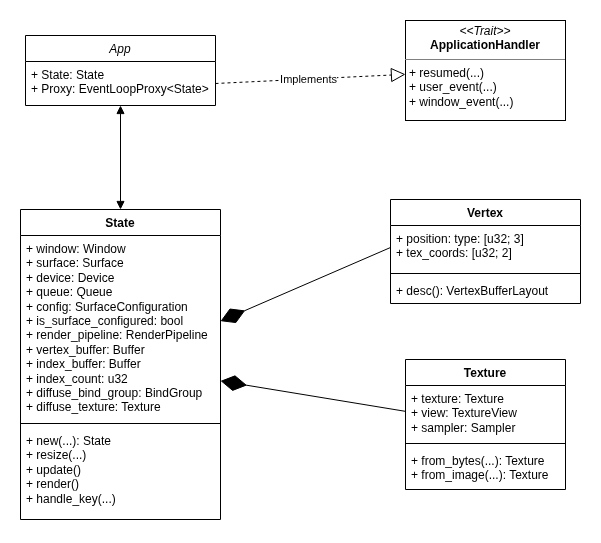
The draw.io diagram presentation_exports/class_diagram.png in AidasLit/web_gpu, before a commit. Source tidied: cells renumbered, new cells last; positions are measured from the earlier drawing's top-left corner, leaving out a move shared by most shapes.
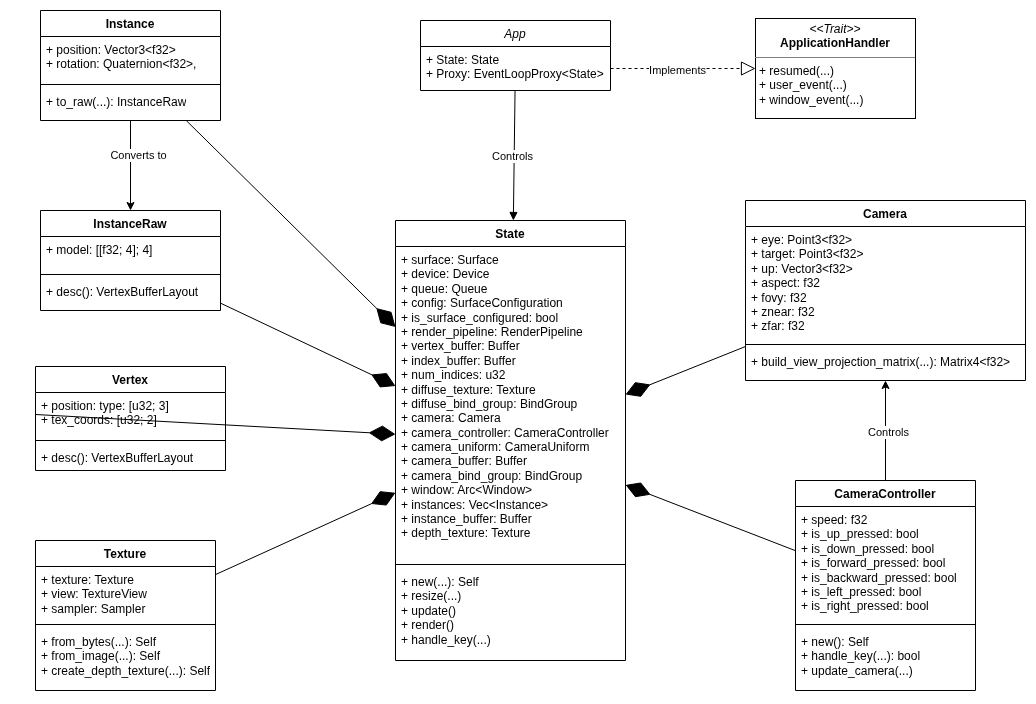
The same file after the commit.

What changed in the source:
```diff
@@ -3,13 +3,13 @@
     <mxCell id="0" />
     <mxCell id="1" parent="0" />
     <mxCell id="2" value="App" style="swimlane;fontStyle=2;align=center;verticalAlign=top;horizontal=1;startSize=26;rounded=0;shadow=0;strokeWidth=1;" parent="1" vertex="1">
-      <mxGeometry x="5" y="15" width="190" height="70" as="geometry" />
+      <mxGeometry x="-15" y="-80" width="190" height="70" as="geometry" />
     </mxCell>
     <mxCell id="3" value="+ State: State&#10;+ Proxy: EventLoopProxy&lt;State&gt;" style="text;align=left;verticalAlign=top;spacingLeft=4;spacingRight=4;overflow=hidden;points=[[0,0.5],[1,0.5]];portConstraint=eastwest;" parent="2" vertex="1">
       <mxGeometry y="26" width="190" height="44" as="geometry" />
     </mxCell>
     <mxCell id="4" value="&lt;p style=&quot;margin:0px;margin-top:4px;text-align:center;&quot;&gt;&lt;i&gt;&amp;lt;&amp;lt;Trait&amp;gt;&amp;gt;&lt;/i&gt;&lt;br&gt;&lt;b&gt;ApplicationHandler&lt;/b&gt;&lt;/p&gt;&lt;hr size=&quot;1&quot; style=&quot;border-style:solid;&quot;&gt;&lt;p style=&quot;margin:0px;margin-left:4px;&quot;&gt;+ resumed(...)&lt;br&gt;+ user_event(...)&lt;/p&gt;&lt;p style=&quot;margin:0px;margin-left:4px;&quot;&gt;+ window_event(...)&lt;/p&gt;" style="verticalAlign=top;align=left;overflow=fill;html=1;whiteSpace=wrap;" parent="1" vertex="1">
-      <mxGeometry x="385" width="160" height="100" as="geometry" />
+      <mxGeometry x="320" y="-82" width="160" height="100" as="geometry" />
     </mxCell>
     <mxCell id="5" style="endArrow=block;dashed=1;endFill=0;endSize=12;html=1;rounded=0;exitX=1;exitY=0.5;exitDx=0;exitDy=0;" parent="1" edge="1" source="3" target="4">
       <mxGeometry relative="1" as="geometry" />
@@ -20,7 +20,7 @@
       </mxGeometry>
     </mxCell>
     <mxCell id="7" value="Vertex" style="swimlane;fontStyle=1;align=center;verticalAlign=top;horizontal=1;startSize=26;whiteSpace=wrap;html=1;" parent="1" vertex="1">
-      <mxGeometry x="370" y="179" width="190" height="104" as="geometry" />
+      <mxGeometry x="-400" y="266" width="190" height="104" as="geometry" />
     </mxCell>
     <mxCell id="8" value="+ position: type: [u32; 3]&lt;div&gt;+ tex_coords: [u32; 2]&lt;/div&gt;" style="text;strokeColor=none;fillColor=none;align=left;verticalAlign=top;spacingLeft=4;spacingRight=4;overflow=hidden;points=[[0,0.5],[1,0.5]];portConstraint=eastwest;whiteSpace=wrap;html=1;" parent="7" vertex="1">
       <mxGeometry y="26" width="190" height="44" as="geometry" />
@@ -32,28 +32,28 @@
       <mxGeometry y="78" width="190" height="26" as="geometry" />
     </mxCell>
     <mxCell id="11" value="Texture" style="swimlane;fontStyle=1;align=center;verticalAlign=top;horizontal=1;startSize=26;whiteSpace=wrap;html=1;" parent="1" vertex="1">
-      <mxGeometry x="385" y="339" width="160" height="130" as="geometry" />
+      <mxGeometry x="-400" y="440" width="180" height="150" as="geometry" />
     </mxCell>
     <mxCell id="12" value="+ texture: Texture&lt;div&gt;+ view: TextureView&lt;/div&gt;&lt;div&gt;+ sampler: Sampler&lt;/div&gt;" style="text;strokeColor=none;fillColor=none;align=left;verticalAlign=top;spacingLeft=4;spacingRight=4;overflow=hidden;whiteSpace=wrap;html=1;" parent="11" vertex="1">
-      <mxGeometry y="26" width="160" height="54" as="geometry" />
+      <mxGeometry y="26" width="180" height="54" as="geometry" />
     </mxCell>
     <mxCell id="13" style="line;strokeWidth=1;fillColor=none;align=left;verticalAlign=middle;spacingTop=-1;spacingLeft=3;spacingRight=3;labelPosition=right;strokeColor=inherit;" parent="11" vertex="1">
-      <mxGeometry y="80" width="160" height="8" as="geometry" />
+      <mxGeometry y="80" width="180" height="8" as="geometry" />
     </mxCell>
-    <mxCell id="14" value="+ from_bytes(...): Texture&lt;div&gt;+ from_image(...): Texture&lt;/div&gt;" style="text;strokeColor=none;fillColor=none;align=left;verticalAlign=top;spacingLeft=4;spacingRight=4;overflow=hidden;whiteSpace=wrap;html=1;" parent="11" vertex="1">
-      <mxGeometry y="88" width="160" height="42" as="geometry" />
+    <mxCell id="14" value="+ from_bytes(...): Self&lt;div&gt;+ from_image(...): Self&lt;/div&gt;&lt;div&gt;+&amp;nbsp;create_depth_texture(...): Self&lt;/div&gt;" style="text;strokeColor=none;fillColor=none;align=left;verticalAlign=top;spacingLeft=4;spacingRight=4;overflow=hidden;whiteSpace=wrap;html=1;" parent="11" vertex="1">
+      <mxGeometry y="88" width="180" height="62" as="geometry" />
     </mxCell>
     <mxCell id="15" value="State" style="swimlane;fontStyle=1;align=center;verticalAlign=top;horizontal=1;startSize=26;whiteSpace=wrap;html=1;" parent="1" vertex="1">
-      <mxGeometry y="189" width="200" height="310" as="geometry" />
+      <mxGeometry x="-40" y="120" width="230" height="440" as="geometry" />
     </mxCell>
-    <mxCell id="16" value="&lt;div&gt;+ window: Window&lt;/div&gt;&lt;div&gt;+ surface: Surface&lt;/div&gt;&lt;div&gt;+ device: Device&lt;/div&gt;&lt;div&gt;+ queue: Queue&lt;/div&gt;&lt;div&gt;+ config: SurfaceConfiguration&lt;/div&gt;&lt;div&gt;+ is_surface_configured: bool&lt;/div&gt;&lt;div&gt;+ render_pipeline: RenderPipeline&lt;/div&gt;&lt;div&gt;+ vertex_buffer: Buffer&lt;/div&gt;&lt;div&gt;+ index_buffer: Buffer&lt;/div&gt;&lt;div&gt;+ index_count: u32&lt;/div&gt;&lt;div&gt;+ diffuse_bind_group: BindGroup&lt;/div&gt;&lt;div&gt;+ diffuse_texture: Texture&lt;/div&gt;" style="text;strokeColor=none;fillColor=none;align=left;verticalAlign=top;spacingLeft=4;spacingRight=4;overflow=hidden;whiteSpace=wrap;html=1;" parent="15" vertex="1">
-      <mxGeometry y="26" width="200" height="184" as="geometry" />
+    <mxCell id="16" value="&lt;div&gt;+ surface: Surface&lt;/div&gt;&lt;div&gt;+ device: Device&lt;/div&gt;&lt;div&gt;+ queue: Queue&lt;/div&gt;&lt;div&gt;+ config: SurfaceConfiguration&lt;/div&gt;&lt;div&gt;+ is_surface_configured: bool&lt;/div&gt;&lt;div&gt;+ render_pipeline: RenderPipeline&lt;/div&gt;&lt;div&gt;+ vertex_buffer: Buffer&lt;/div&gt;&lt;div&gt;+ index_buffer: Buffer&lt;/div&gt;&lt;div&gt;+ num_indices: u32&lt;/div&gt;&lt;div&gt;+ diffuse_texture: Texture&lt;/div&gt;&lt;div&gt;+ diffuse_bind_group: BindGroup&lt;/div&gt;&lt;div&gt;+ camera: Camera&lt;/div&gt;&lt;div&gt;+ camera_controller: CameraController&lt;/div&gt;&lt;div&gt;+ camera_uniform: CameraUniform&lt;/div&gt;&lt;div&gt;+ camera_buffer: Buffer&lt;/div&gt;&lt;div&gt;+ camera_bind_group: BindGroup&lt;/div&gt;&lt;div&gt;+ window: Arc&amp;lt;Window&amp;gt;&lt;/div&gt;&lt;div&gt;+ instances: Vec&amp;lt;Instance&amp;gt;&lt;/div&gt;&lt;div&gt;+ instance_buffer: Buffer&lt;/div&gt;&lt;div&gt;+ depth_texture: Texture&lt;/div&gt;" style="text;strokeColor=none;fillColor=none;align=left;verticalAlign=top;spacingLeft=4;spacingRight=4;overflow=hidden;whiteSpace=wrap;html=1;" parent="15" vertex="1">
+      <mxGeometry y="26" width="230" height="314" as="geometry" />
     </mxCell>
     <mxCell id="17" style="line;strokeWidth=1;fillColor=none;align=left;verticalAlign=middle;spacingTop=-1;spacingLeft=3;spacingRight=3;labelPosition=right;strokeColor=inherit;" parent="15" vertex="1">
-      <mxGeometry y="210" width="200" height="8" as="geometry" />
+      <mxGeometry y="340" width="230" height="8" as="geometry" />
     </mxCell>
-    <mxCell id="18" value="+ new(...): State&lt;div&gt;+ resize(...)&lt;/div&gt;&lt;div&gt;+ update()&lt;/div&gt;&lt;div&gt;+ render()&lt;/div&gt;&lt;div&gt;+ handle_key(...)&lt;/div&gt;" style="text;strokeColor=none;fillColor=none;align=left;verticalAlign=top;spacingLeft=4;spacingRight=4;overflow=hidden;whiteSpace=wrap;html=1;" parent="15" vertex="1">
-      <mxGeometry y="218" width="200" height="92" as="geometry" />
+    <mxCell id="18" value="+ new(...): Self&lt;div&gt;+ resize(...)&lt;/div&gt;&lt;div&gt;+ update()&lt;/div&gt;&lt;div&gt;+ render()&lt;/div&gt;&lt;div&gt;+ handle_key(...)&lt;/div&gt;" style="text;strokeColor=none;fillColor=none;align=left;verticalAlign=top;spacingLeft=4;spacingRight=4;overflow=hidden;whiteSpace=wrap;html=1;" parent="15" vertex="1">
+      <mxGeometry y="348" width="230" height="92" as="geometry" />
     </mxCell>
     <mxCell id="19" style="endArrow=diamondThin;endFill=1;endSize=24;html=1;rounded=0;exitX=0;exitY=0.5;exitDx=0;exitDy=0;" parent="1" edge="1" source="8" target="15">
       <mxGeometry relative="1" as="geometry" />
@@ -61,8 +61,85 @@
     <mxCell id="20" style="endArrow=diamondThin;endFill=1;endSize=24;html=1;rounded=0;" parent="1" edge="1" source="11" target="15">
       <mxGeometry relative="1" as="geometry" />
     </mxCell>
-    <mxCell id="21" style="endArrow=block;startArrow=block;endFill=1;startFill=1;html=1;rounded=0;" parent="1" edge="1" source="15" target="2">
+    <mxCell id="21" style="endArrow=none;startArrow=block;endFill=0;startFill=1;html=1;rounded=0;" parent="1" edge="1" source="15" target="2">
       <mxGeometry relative="1" as="geometry" />
     </mxCell>
+    <mxCell id="22" value="Controls" style="edgeLabel;html=1;align=center;verticalAlign=middle;" parent="21" vertex="1">
+      <mxGeometry x="-0.01" y="2" relative="1" as="geometry" />
+    </mxCell>
+    <mxCell id="23" value="Camera" style="swimlane;fontStyle=1;align=center;verticalAlign=top;horizontal=1;startSize=26;whiteSpace=wrap;html=1;" parent="1" vertex="1">
+      <mxGeometry x="310" y="100" width="280" height="180" as="geometry" />
+    </mxCell>
+    <mxCell id="24" value="&lt;div&gt;+ eye: Point3&amp;lt;f32&amp;gt;&lt;/div&gt;&lt;div&gt;+ target: Point3&amp;lt;f32&amp;gt;&lt;/div&gt;&lt;div&gt;+ up: Vector3&amp;lt;f32&amp;gt;&lt;/div&gt;&lt;div&gt;+ aspect: f32&lt;/div&gt;&lt;div&gt;+ fovy: f32&lt;/div&gt;&lt;div&gt;+ znear: f32&lt;/div&gt;&lt;div&gt;+ zfar: f32&lt;/div&gt;" style="text;strokeColor=none;fillColor=none;align=left;verticalAlign=top;spacingLeft=4;spacingRight=4;overflow=hidden;whiteSpace=wrap;html=1;" parent="23" vertex="1">
+      <mxGeometry y="26" width="280" height="114" as="geometry" />
+    </mxCell>
+    <mxCell id="25" style="line;strokeWidth=1;fillColor=none;align=left;verticalAlign=middle;spacingTop=-1;spacingLeft=3;spacingRight=3;labelPosition=right;strokeColor=inherit;" parent="23" vertex="1">
+      <mxGeometry y="140" width="280" height="8" as="geometry" />
+    </mxCell>
+    <mxCell id="26" value="+&lt;span style=&quot;background-color: transparent;&quot;&gt;&amp;nbsp;build_view_projection_matrix(...): Matrix4&amp;lt;f32&amp;gt;&amp;nbsp;&lt;/span&gt;" style="text;strokeColor=none;fillColor=none;align=left;verticalAlign=top;spacingLeft=4;spacingRight=4;overflow=hidden;whiteSpace=wrap;html=1;" parent="23" vertex="1">
+      <mxGeometry y="148" width="280" height="32" as="geometry" />
+    </mxCell>
+    <mxCell id="27" style="endArrow=diamondThin;endFill=1;endSize=24;html=1;rounded=0;" parent="1" edge="1" source="23" target="15">
+      <mxGeometry relative="1" as="geometry" />
+    </mxCell>
+    <mxCell id="28" value="CameraController" style="swimlane;fontStyle=1;align=center;verticalAlign=top;horizontal=1;startSize=26;whiteSpace=wrap;html=1;" parent="1" vertex="1">
+      <mxGeometry x="360" y="380" width="180" height="210" as="geometry" />
+    </mxCell>
+    <mxCell id="29" value="&lt;div&gt;+ speed: f32&lt;/div&gt;&lt;div&gt;+ is_up_pressed: bool&lt;/div&gt;&lt;div&gt;+ is_down_pressed: bool&lt;/div&gt;&lt;div&gt;+ is_forward_pressed: bool&lt;/div&gt;&lt;div&gt;+ is_backward_pressed: bool&lt;/div&gt;&lt;div&gt;+ is_left_pressed: bool&lt;/div&gt;&lt;div&gt;+ is_right_pressed: bool&lt;/div&gt;" style="text;strokeColor=none;fillColor=none;align=left;verticalAlign=top;spacingLeft=4;spacingRight=4;overflow=hidden;whiteSpace=wrap;html=1;" parent="28" vertex="1">
+      <mxGeometry y="26" width="180" height="114" as="geometry" />
+    </mxCell>
+    <mxCell id="30" style="line;strokeWidth=1;fillColor=none;align=left;verticalAlign=middle;spacingTop=-1;spacingLeft=3;spacingRight=3;labelPosition=right;strokeColor=inherit;" parent="28" vertex="1">
+      <mxGeometry y="140" width="180" height="8" as="geometry" />
+    </mxCell>
+    <mxCell id="31" value="&lt;div&gt;+ new(): Self&lt;/div&gt;&lt;div&gt;+ handle_key(...): bool&lt;/div&gt;&lt;div&gt;+&amp;nbsp;update_camera(...)&lt;/div&gt;" style="text;strokeColor=none;fillColor=none;align=left;verticalAlign=top;spacingLeft=4;spacingRight=4;overflow=hidden;whiteSpace=wrap;html=1;" parent="28" vertex="1">
+      <mxGeometry y="148" width="180" height="62" as="geometry" />
+    </mxCell>
+    <mxCell id="32" value="Instance" style="swimlane;fontStyle=1;align=center;verticalAlign=top;horizontal=1;startSize=26;whiteSpace=wrap;html=1;" parent="1" vertex="1">
+      <mxGeometry x="-395" y="-90" width="180" height="110" as="geometry" />
+    </mxCell>
+    <mxCell id="33" value="&lt;div&gt;+ position: Vector3&amp;lt;f32&amp;gt;&lt;/div&gt;&lt;div&gt;&lt;span style=&quot;background-color: transparent; color: light-dark(rgb(0, 0, 0), rgb(255, 255, 255));&quot;&gt;+ rotation: Quaternion&amp;lt;f32&amp;gt;,&lt;/span&gt;&lt;/div&gt;" style="text;strokeColor=none;fillColor=none;align=left;verticalAlign=top;spacingLeft=4;spacingRight=4;overflow=hidden;whiteSpace=wrap;html=1;" parent="32" vertex="1">
+      <mxGeometry y="26" width="180" height="44" as="geometry" />
+    </mxCell>
+    <mxCell id="34" style="line;strokeWidth=1;fillColor=none;align=left;verticalAlign=middle;spacingTop=-1;spacingLeft=3;spacingRight=3;labelPosition=right;strokeColor=inherit;" parent="32" vertex="1">
+      <mxGeometry y="70" width="180" height="8" as="geometry" />
+    </mxCell>
+    <mxCell id="35" value="+&amp;nbsp;to_raw(...): InstanceRaw" style="text;strokeColor=none;fillColor=none;align=left;verticalAlign=top;spacingLeft=4;spacingRight=4;overflow=hidden;whiteSpace=wrap;html=1;" parent="32" vertex="1">
+      <mxGeometry y="78" width="180" height="32" as="geometry" />
+    </mxCell>
+    <mxCell id="36" value="InstanceRaw" style="swimlane;fontStyle=1;align=center;verticalAlign=top;horizontal=1;startSize=26;whiteSpace=wrap;html=1;" parent="1" vertex="1">
+      <mxGeometry x="-395" y="110" width="180" height="100" as="geometry" />
+    </mxCell>
+    <mxCell id="37" value="&lt;div&gt;+&amp;nbsp;model: [[f32; 4]; 4]&lt;/div&gt;" style="text;strokeColor=none;fillColor=none;align=left;verticalAlign=top;spacingLeft=4;spacingRight=4;overflow=hidden;whiteSpace=wrap;html=1;" parent="36" vertex="1">
+      <mxGeometry y="26" width="180" height="34" as="geometry" />
+    </mxCell>
+    <mxCell id="38" style="line;strokeWidth=1;fillColor=none;align=left;verticalAlign=middle;spacingTop=-1;spacingLeft=3;spacingRight=3;labelPosition=right;strokeColor=inherit;" parent="36" vertex="1">
+      <mxGeometry y="60" width="180" height="8" as="geometry" />
+    </mxCell>
+    <mxCell id="39" value="+ desc(): VertexBufferLayout" style="text;strokeColor=none;fillColor=none;align=left;verticalAlign=top;spacingLeft=4;spacingRight=4;overflow=hidden;whiteSpace=wrap;html=1;" parent="36" vertex="1">
+      <mxGeometry y="68" width="180" height="32" as="geometry" />
+    </mxCell>
+    <mxCell id="40" style="endArrow=classic;html=1;rounded=0;" parent="1" edge="1" source="28" target="23">
+      <mxGeometry relative="1" as="geometry" />
+    </mxCell>
+    <mxCell id="41" value="Controls" style="edgeLabel;html=1;align=center;verticalAlign=middle;" parent="40" vertex="1">
+      <mxGeometry x="-0.04" y="-2" relative="1" as="geometry" />
+    </mxCell>
+    <mxCell id="42" style="endArrow=classic;html=1;rounded=0;" parent="1" edge="1" source="32" target="36">
+      <mxGeometry relative="1" as="geometry" />
+    </mxCell>
+    <mxCell id="43" value="Converts to" style="edgeLabel;html=1;align=center;verticalAlign=middle;" parent="42" vertex="1">
+      <mxGeometry x="-0.22" relative="1" as="geometry">
+        <mxPoint x="7" y="-1" as="offset" />
+      </mxGeometry>
+    </mxCell>
+    <mxCell id="44" style="endArrow=diamondThin;endFill=1;endSize=24;html=1;rounded=0;" parent="1" edge="1" source="28" target="15">
+      <mxGeometry relative="1" as="geometry" />
+    </mxCell>
+    <mxCell id="45" style="endArrow=diamondThin;endFill=1;endSize=24;html=1;rounded=0;" parent="1" edge="1" source="36" target="15">
+      <mxGeometry relative="1" as="geometry" />
+    </mxCell>
+    <mxCell id="46" style="endArrow=diamondThin;endFill=1;endSize=24;html=1;rounded=0;" parent="1" edge="1" source="32" target="15">
+      <mxGeometry relative="1" as="geometry" />
+    </mxCell>
   </root>
 </mxGraphModel>
```
